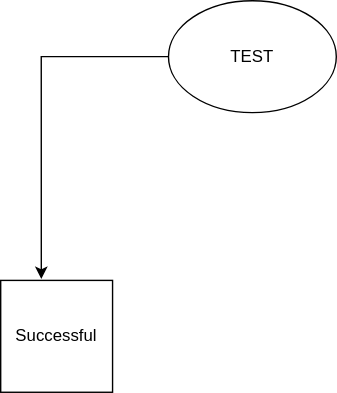
The draw.io diagram Untitled Diagram.drawio.svg in abhinavrana101/Notes, before a commit. Source tidied: cells renumbered, new cells last; positions are measured from the earlier drawing's top-left corner, leaving out a move shared by most shapes.
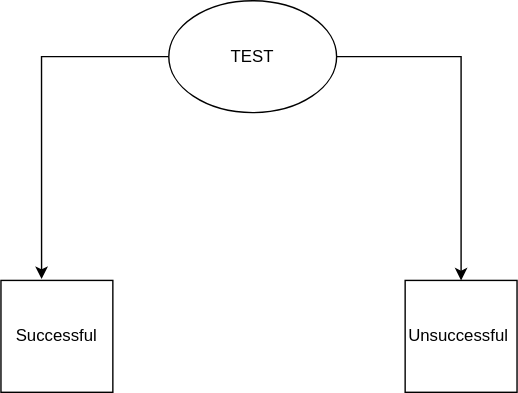
After the change.

What changed in the source:
```diff
@@ -5,11 +5,17 @@
     <mxCell id="2" style="edgeStyle=orthogonalEdgeStyle;rounded=0;jettySize=auto;html=1;entryX=0.363;entryY=-0.012;entryDx=0;entryDy=0;entryPerimeter=0;" parent="1" edge="1" source="3" target="4">
       <mxGeometry relative="1" as="geometry" />
     </mxCell>
+    <mxCell id="5" style="edgeStyle=orthogonalEdgeStyle;rounded=0;jettySize=auto;html=1;exitX=1;exitY=0.5;exitDx=0;exitDy=0;entryX=0.5;entryY=0;entryDx=0;entryDy=0;" parent="1" edge="1" source="3" target="6">
+      <mxGeometry relative="1" as="geometry" />
+    </mxCell>
     <mxCell id="3" value="TEST" style="ellipse;whiteSpace=wrap;html=1;" parent="1" vertex="1">
       <mxGeometry x="120" width="120" height="80" as="geometry" />
     </mxCell>
     <mxCell id="4" value="Successful" style="whiteSpace=wrap;html=1;" parent="1" vertex="1">
       <mxGeometry y="200" width="80" height="80" as="geometry" />
     </mxCell>
+    <mxCell id="6" value="Unsuccessful&amp;nbsp;" style="whiteSpace=wrap;html=1;" parent="1" vertex="1">
+      <mxGeometry x="289" y="200" width="80" height="80" as="geometry" />
+    </mxCell>
   </root>
 </mxGraphModel>
```
